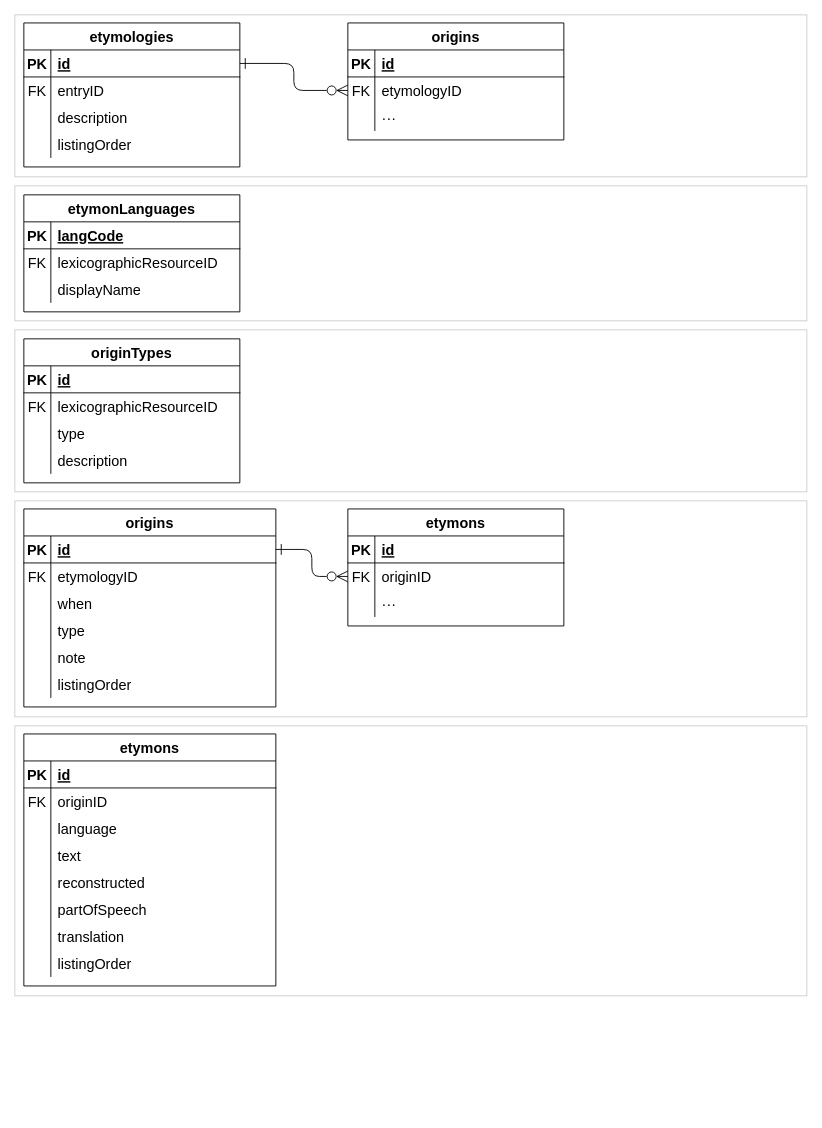
oasis-tcs/lexidma keeps this draw.io diagram as dmlex-v1.0/specification/modules/etymology/databaseDiagrams/diagrams.drawio. Above is the earlier version. Source tidied: cells renumbered, new cells numbered last; positions are measured from the earlier drawing's top-left corner, leaving out a move shared by most shapes. Both pictures are drawn from the tidied source at 90%, with x=0, y=0 at pixel (14, 14).
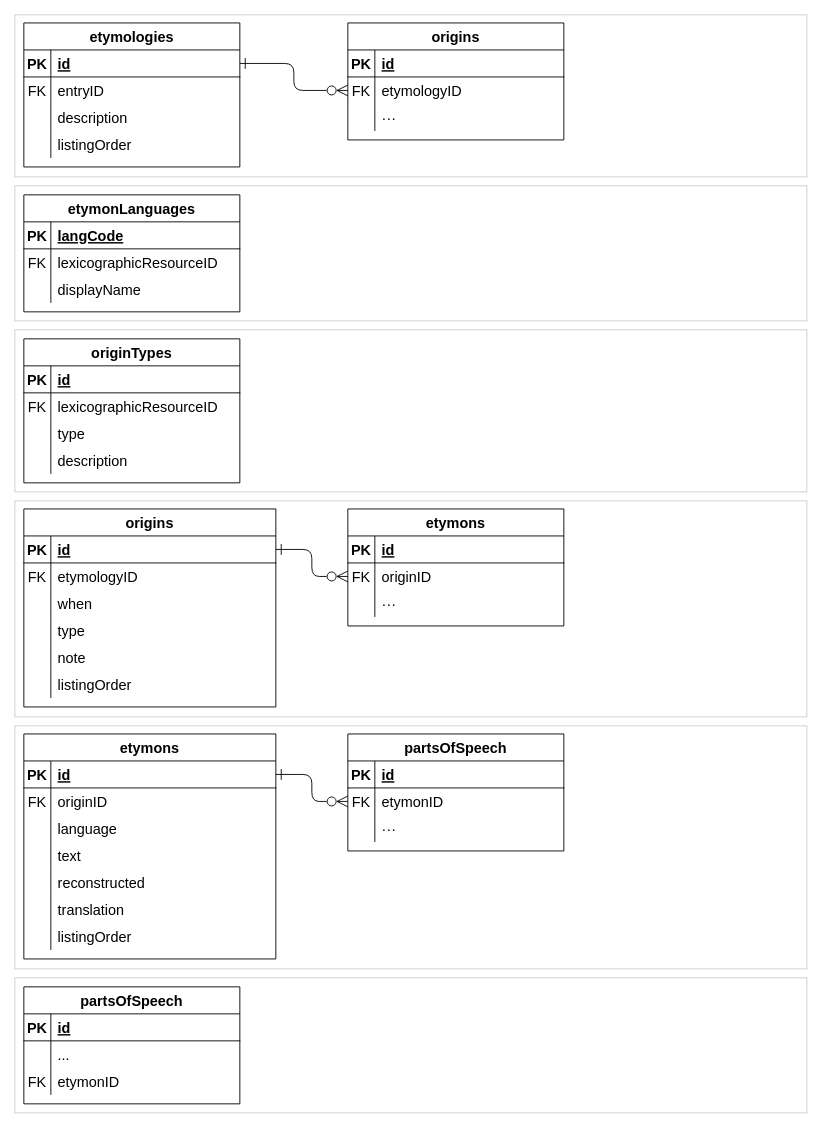
The same diagram, later.

The change refers to these unchanged cells:
```xml
<mxCell id="85" style="shape=tableRow;horizontal=0;startSize=0;swimlaneHead=0;swimlaneBody=0;fillColor=none;points=[[0,0.5],[1,0.5]];portConstraint=eastwest;top=0;left=0;right=0;bottom=1;fontSize=16;" parent="84" vertex="1">
  <mxGeometry y="30" width="280" height="30" as="geometry" />
</mxCell>
```

Change to the diagram source:
```diff
@@
     <mxCell id="83" style="rounded=0;whiteSpace=wrap;html=1;strokeColor=#CCCCCC;" parent="1" vertex="1">
-      <mxGeometry y="790" width="880" height="300" as="geometry" />
+      <mxGeometry y="790" width="880" height="270" as="geometry" />
     </mxCell>
     <mxCell id="84" value="etymons" style="shape=table;startSize=30;childLayout=tableLayout;rowLines=0;fontStyle=1;align=center;fontSize=16;" parent="1" vertex="1">
-      <mxGeometry x="10" y="799" width="280" height="280" as="geometry" />
+      <mxGeometry x="10" y="799" width="280" height="250" as="geometry" />
     </mxCell>
@@
-    <mxCell id="100" style="shape=tableRow;horizontal=0;startSize=0;swimlaneHead=0;swimlaneBody=0;fillColor=none;top=0;left=0;right=0;bottom=0;fontSize=16;" parent="84" vertex="1">
-      <mxGeometry y="180" width="280" height="30" as="geometry" />
-    </mxCell>
-    <mxCell id="101" style="shape=partialRectangle;fillColor=none;top=0;left=0;bottom=0;right=0;overflow=hidden;fontSize=16;" parent="100" vertex="1">
-      <mxGeometry width="30" height="30" as="geometry" />
-    </mxCell>
-    <mxCell id="102" value="partOfSpeech" style="shape=partialRectangle;fillColor=none;top=0;left=0;bottom=0;right=0;align=left;spacingLeft=6;overflow=hidden;fontSize=16;" parent="100" vertex="1">
-      <mxGeometry x="30" width="250" height="30" as="geometry" />
-    </mxCell>
     <mxCell id="103" style="shape=tableRow;horizontal=0;startSize=0;swimlaneHead=0;swimlaneBody=0;fillColor=none;top=0;left=0;right=0;bottom=0;fontSize=16;" parent="84" vertex="1">
-      <mxGeometry y="210" width="280" height="30" as="geometry" />
+      <mxGeometry y="180" width="280" height="30" as="geometry" />
     </mxCell>
@@
     <mxCell id="106" style="shape=tableRow;horizontal=0;startSize=0;swimlaneHead=0;swimlaneBody=0;fillColor=none;top=0;left=0;right=0;bottom=0;fontSize=16;" parent="84" vertex="1">
-      <mxGeometry y="240" width="280" height="30" as="geometry" />
+      <mxGeometry y="210" width="280" height="30" as="geometry" />
     </mxCell>
@@
+    <mxCell id="109" value="partsOfSpeech" style="shape=table;startSize=30;childLayout=tableLayout;rowLines=0;fontStyle=1;align=center;fontSize=16;" parent="1" vertex="1">
+      <mxGeometry x="370" y="799" width="240" height="130" as="geometry" />
+    </mxCell>
+    <mxCell id="110" style="shape=tableRow;horizontal=0;startSize=0;swimlaneHead=0;swimlaneBody=0;fillColor=none;top=0;left=0;right=0;bottom=1;fontSize=16;" parent="109" vertex="1">
+      <mxGeometry y="30" width="240" height="30" as="geometry" />
+    </mxCell>
+    <mxCell id="111" value="PK" style="shape=partialRectangle;fillColor=none;top=0;left=0;bottom=0;right=0;fontStyle=1;overflow=hidden;fontSize=16;" parent="110" vertex="1">
+      <mxGeometry width="30" height="30" as="geometry" />
+    </mxCell>
+    <mxCell id="112" value="id" style="shape=partialRectangle;fillColor=none;top=0;left=0;bottom=0;right=0;align=left;spacingLeft=6;fontStyle=5;overflow=hidden;fontSize=16;" parent="110" vertex="1">
+      <mxGeometry x="30" width="210" height="30" as="geometry" />
+    </mxCell>
+    <mxCell id="113" style="shape=tableRow;horizontal=0;startSize=0;swimlaneHead=0;swimlaneBody=0;fillColor=none;points=[[0,0.5],[1,0.5]];portConstraint=eastwest;top=0;left=0;right=0;bottom=0;fontSize=16;" parent="109" vertex="1">
+      <mxGeometry y="60" width="240" height="30" as="geometry" />
+    </mxCell>
+    <mxCell id="114" value="FK" style="shape=partialRectangle;fillColor=none;top=0;left=0;bottom=0;right=0;overflow=hidden;fontSize=16;" parent="113" vertex="1">
+      <mxGeometry width="30" height="30" as="geometry" />
+    </mxCell>
+    <mxCell id="115" value="etymonID" style="shape=partialRectangle;fillColor=none;top=0;left=0;bottom=0;right=0;align=left;spacingLeft=6;overflow=hidden;fontSize=16;" parent="113" vertex="1">
+      <mxGeometry x="30" width="210" height="30" as="geometry" />
+    </mxCell>
+    <mxCell id="116" style="shape=tableRow;horizontal=0;startSize=0;swimlaneHead=0;swimlaneBody=0;fillColor=none;top=0;left=0;right=0;bottom=0;fontSize=16;" parent="109" vertex="1">
+      <mxGeometry y="90" width="240" height="30" as="geometry" />
+    </mxCell>
+    <mxCell id="117" style="shape=partialRectangle;fillColor=none;top=0;left=0;bottom=0;right=0;overflow=hidden;fontSize=16;" parent="116" vertex="1">
+      <mxGeometry width="30" height="30" as="geometry" />
+    </mxCell>
+    <mxCell id="118" value="···" style="shape=partialRectangle;fillColor=none;top=0;left=0;bottom=0;right=0;align=left;spacingLeft=6;overflow=hidden;fontSize=16;" parent="116" vertex="1">
+      <mxGeometry x="30" width="210" height="30" as="geometry" />
+    </mxCell>
+    <mxCell id="119" style="edgeStyle=orthogonalEdgeStyle;rounded=1;jettySize=auto;html=1;exitX=1;exitY=0.5;exitDx=0;exitDy=0;entryX=0;entryY=0.5;entryDx=0;entryDy=0;endArrow=ERzeroToMany;startArrow=ERone;startFill=0;endFill=0;startSize=10;endSize=10;" parent="1" edge="1" source="85" target="113">
+      <mxGeometry relative="1" as="geometry" />
+    </mxCell>
+    <mxCell id="120" style="rounded=0;whiteSpace=wrap;html=1;strokeColor=#CCCCCC;" parent="1" vertex="1">
+      <mxGeometry y="1070" width="880" height="150" as="geometry" />
+    </mxCell>
+    <mxCell id="121" value="partsOfSpeech" style="shape=table;startSize=30;childLayout=tableLayout;rowLines=0;fontStyle=1;align=center;fontSize=16;" parent="1" vertex="1">
+      <mxGeometry x="10" y="1080" width="240" height="130" as="geometry" />
+    </mxCell>
+    <mxCell id="122" style="shape=tableRow;horizontal=0;startSize=0;swimlaneHead=0;swimlaneBody=0;fillColor=none;top=0;left=0;right=0;bottom=1;fontSize=16;" parent="121" vertex="1">
+      <mxGeometry y="30" width="240" height="30" as="geometry" />
+    </mxCell>
+    <mxCell id="123" value="PK" style="shape=partialRectangle;fillColor=none;top=0;left=0;bottom=0;right=0;fontStyle=1;overflow=hidden;fontSize=16;" parent="122" vertex="1">
+      <mxGeometry width="30" height="30" as="geometry" />
+    </mxCell>
+    <mxCell id="124" value="id" style="shape=partialRectangle;fillColor=none;top=0;left=0;bottom=0;right=0;align=left;spacingLeft=6;fontStyle=5;overflow=hidden;fontSize=16;" parent="122" vertex="1">
+      <mxGeometry x="30" width="210" height="30" as="geometry" />
+    </mxCell>
+    <mxCell id="125" style="shape=tableRow;horizontal=0;startSize=0;swimlaneHead=0;swimlaneBody=0;fillColor=none;top=0;left=0;right=0;bottom=0;fontSize=16;" parent="121" vertex="1">
+      <mxGeometry y="60" width="240" height="30" as="geometry" />
+    </mxCell>
+    <mxCell id="126" style="shape=partialRectangle;fillColor=none;top=0;left=0;bottom=0;right=0;overflow=hidden;fontSize=16;" parent="125" vertex="1">
+      <mxGeometry width="30" height="30" as="geometry" />
+    </mxCell>
+    <mxCell id="127" value="..." style="shape=partialRectangle;fillColor=none;top=0;left=0;bottom=0;right=0;align=left;spacingLeft=6;overflow=hidden;fontSize=16;" parent="125" vertex="1">
+      <mxGeometry x="30" width="210" height="30" as="geometry" />
+    </mxCell>
+    <mxCell id="128" style="shape=tableRow;horizontal=0;startSize=0;swimlaneHead=0;swimlaneBody=0;fillColor=none;top=0;left=0;right=0;bottom=0;fontSize=16;" parent="121" vertex="1">
+      <mxGeometry y="90" width="240" height="30" as="geometry" />
+    </mxCell>
+    <mxCell id="129" value="FK" style="shape=partialRectangle;fillColor=none;top=0;left=0;bottom=0;right=0;overflow=hidden;fontSize=16;" parent="128" vertex="1">
+      <mxGeometry width="30" height="30" as="geometry" />
+    </mxCell>
+    <mxCell id="130" value="etymonID" style="shape=partialRectangle;fillColor=none;top=0;left=0;bottom=0;right=0;align=left;spacingLeft=6;overflow=hidden;fontSize=16;" parent="128" vertex="1">
+      <mxGeometry x="30" width="210" height="30" as="geometry" />
+    </mxCell>
```
